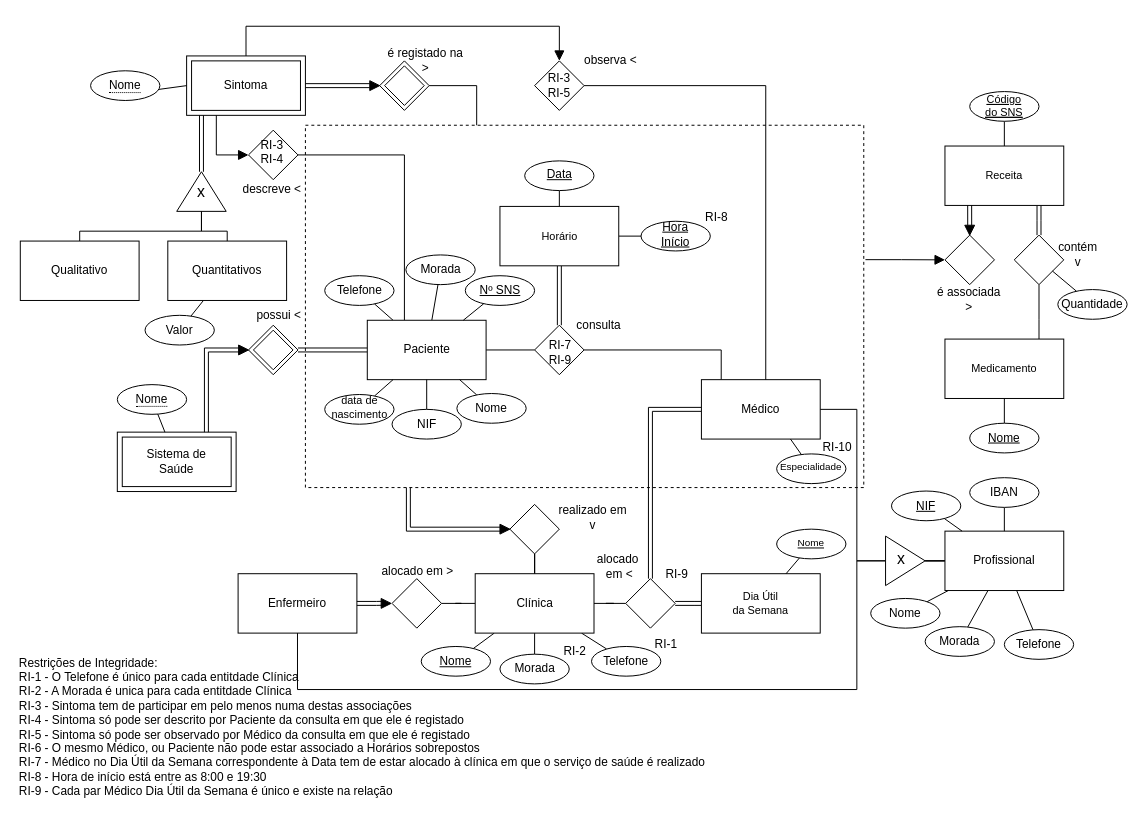
Earlier version of the draw.io diagram page "Page-1" (1 of 2) of p01/EA-Diagram.drawio (SrGesus/bd-projects-23). Source tidied: cells renumbered, new cells numbered last; positions are measured from the earlier drawing's top-left corner, leaving out a move shared by most shapes. Both pictures are drawn from the tidied source at 99%, with x=0, y=0 at pixel (17, 26).
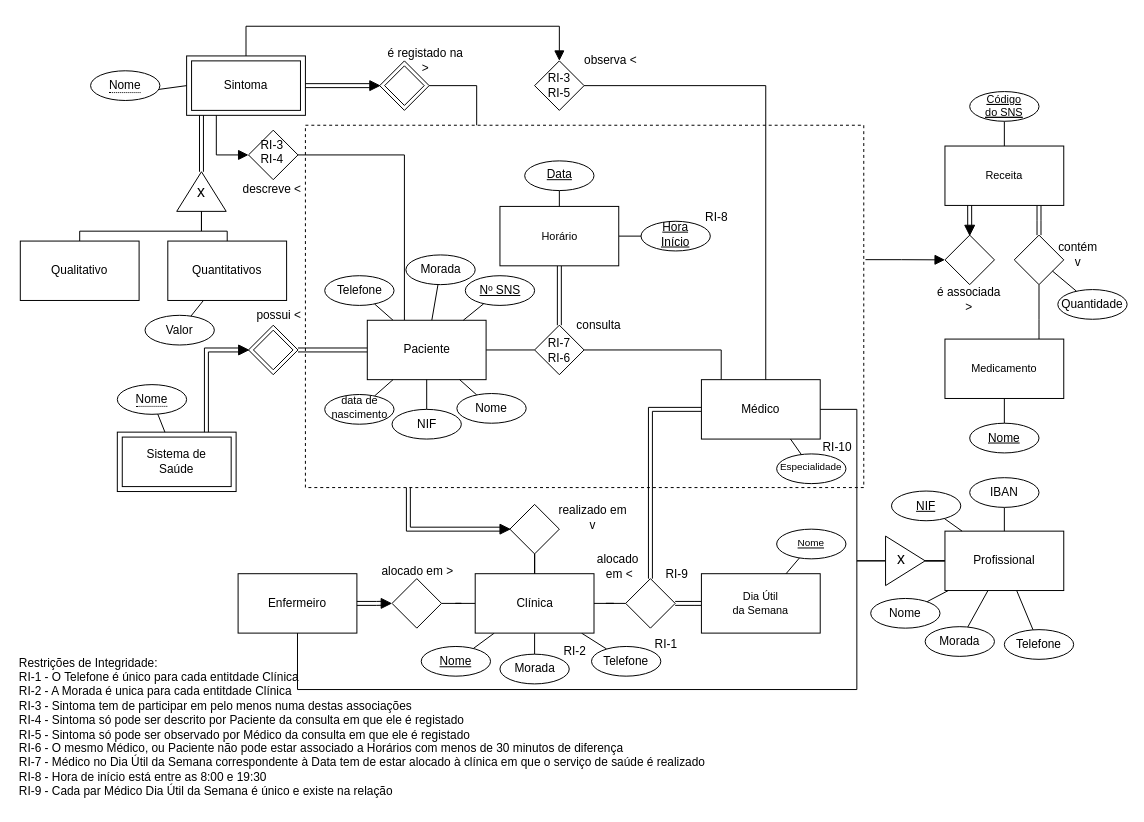
Above is the later version.

Change to the diagram source:
```diff
@@
-    <mxCell id="5" value="&lt;div align=&quot;left&quot;&gt;Restrições de Integridade:&lt;/div&gt;&lt;div align=&quot;left&quot;&gt;RI-1 - O Telefone é único para cada entitdade Clínica&lt;br&gt;RI-2 - A Morada é unica para cada entitdade Clínica&lt;br&gt;&lt;/div&gt;&lt;div align=&quot;left&quot;&gt;RI-3 - Sintoma tem de participar em pelo menos numa destas associações&lt;br&gt;&lt;/div&gt;&lt;div&gt;RI-4 - Sintoma só pode ser descrito por Paciente da consulta em que ele é registado&lt;/div&gt;&lt;div&gt;RI-5 - Sintoma só pode ser observado por Médico da consulta em que ele é registado&lt;/div&gt;&lt;div&gt;&lt;div&gt;RI-6 - O mesmo Médico, ou Paciente não pode estar associado a Horários sobrepostos&lt;/div&gt;&lt;/div&gt;&lt;div&gt;RI-7 - Médico no Dia Útil da Semana correspondente à Data tem de estar alocado à clínica em que o serviço de saúde é realizado&lt;br&gt;RI-8 - Hora de início está entre as 8:00 e 19:30&lt;/div&gt;&lt;div&gt;RI-9 - Cada par Médico Dia Útil da Semana é único e existe na relação&lt;br&gt;&lt;/div&gt;" style="text;html=1;align=left;verticalAlign=middle;strokeColor=none;fillColor=none;" parent="1" vertex="1">
+    <mxCell id="5" value="&lt;div align=&quot;left&quot;&gt;Restrições de Integridade:&lt;/div&gt;&lt;div align=&quot;left&quot;&gt;RI-1 - O Telefone é único para cada entitdade Clínica&lt;br&gt;RI-2 - A Morada é unica para cada entitdade Clínica&lt;br&gt;&lt;/div&gt;&lt;div align=&quot;left&quot;&gt;RI-3 - Sintoma tem de participar em pelo menos numa destas associações&lt;br&gt;&lt;/div&gt;&lt;div&gt;RI-4 - Sintoma só pode ser descrito por Paciente da consulta em que ele é registado&lt;/div&gt;&lt;div&gt;RI-5 - Sintoma só pode ser observado por Médico da consulta em que ele é registado&lt;/div&gt;&lt;div&gt;&lt;div&gt;RI-6 - O mesmo Médico, ou Paciente não pode estar associado a Horários com menos de 30 minutos de diferença&lt;br&gt;&lt;/div&gt;&lt;/div&gt;&lt;div&gt;RI-7 - Médico no Dia Útil da Semana correspondente à Data tem de estar alocado à clínica em que o serviço de saúde é realizado&lt;br&gt;RI-8 - Hora de início está entre as 8:00 e 19:30&lt;/div&gt;&lt;div&gt;RI-9 - Cada par Médico Dia Útil da Semana é único e existe na relação&lt;br&gt;&lt;/div&gt;" style="text;html=1;align=left;verticalAlign=middle;strokeColor=none;fillColor=none;" parent="1" vertex="1">
       <mxGeometry y="630" width="691" height="156" as="geometry" />
     </mxCell>
@@
-    <mxCell id="130" value="RI-7&lt;br&gt;&lt;div&gt;RI-9&lt;br&gt;&lt;/div&gt;" style="text;html=1;align=center;verticalAlign=middle;strokeColor=none;fillColor=none;" parent="1" vertex="1">
-      <mxGeometry x="527.5" y="309" width="40" height="41" as="geometry" />
+    <mxCell id="130" value="RI-7&lt;br&gt;&lt;div&gt;RI-6&lt;br&gt;&lt;/div&gt;" style="text;html=1;align=center;verticalAlign=middle;strokeColor=none;fillColor=none;" parent="1" vertex="1">
+      <mxGeometry x="526.5" y="307" width="40" height="41" as="geometry" />
     </mxCell>
```
